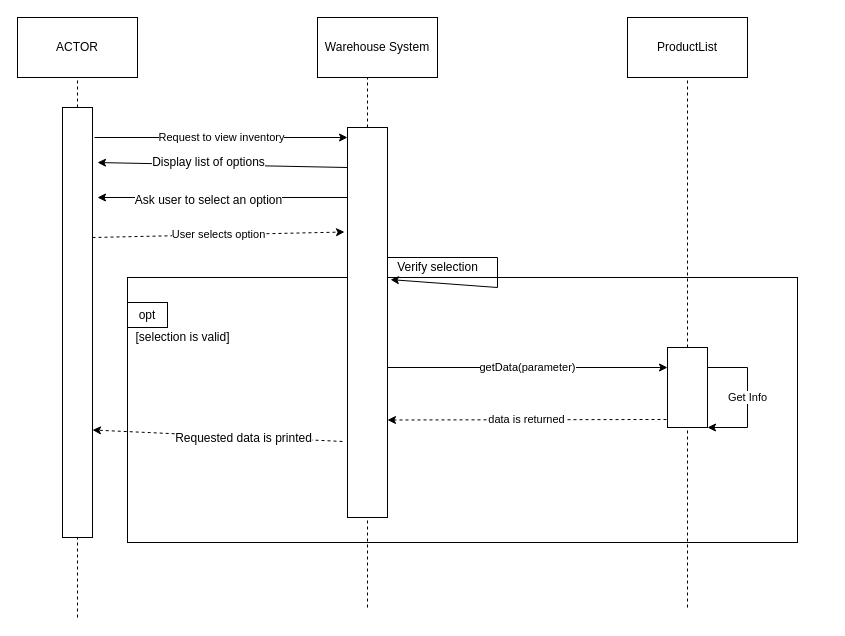
Above: Project_1/SequenceDiagrams/TrackInventoryDiagram.drawio in chrismd2/CSci-430-Group-11 (draw.io), before the change. Source tidied: cells renumbered, new cells numbered last; positions are measured from the earlier drawing's top-left corner, leaving out a move shared by most shapes. Both pictures are drawn from the tidied source at 100%, with x=0, y=0 at pixel (17, 17).
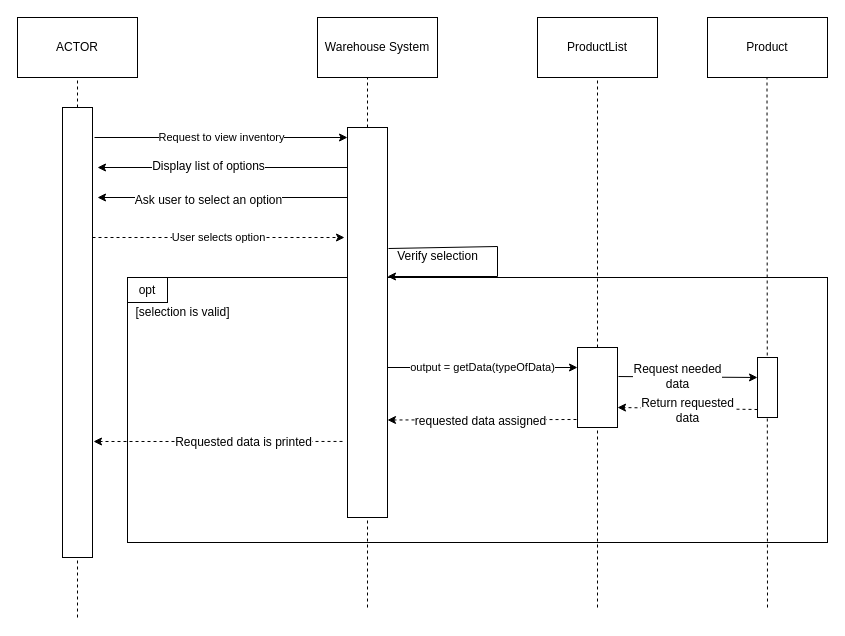
The same diagram, later.

Commit message:
Finished basic draft; Revisions welcome.

The change refers to these unchanged cells:
```xml
<mxCell id="11" style="rounded=0;whiteSpace=wrap;html=1;" parent="1" vertex="1">
  <mxGeometry x="330" y="110" width="40" height="390" as="geometry" />
</mxCell>
```

Change to the diagram source:
```diff
@@
     <mxCell id="2" style="rounded=0;whiteSpace=wrap;html=1;" parent="1" vertex="1">
-      <mxGeometry x="110" y="260" width="670" height="265" as="geometry" />
+      <mxGeometry x="110" y="260" width="700" height="265" as="geometry" />
     </mxCell>
@@
     <mxCell id="5" value="ProductList" style="rounded=0;whiteSpace=wrap;html=1;" parent="1" vertex="1">
-      <mxGeometry x="610" width="120" height="60" as="geometry" />
+      <mxGeometry x="520" width="120" height="60" as="geometry" />
     </mxCell>
@@
     <mxCell id="7" style="rounded=0;whiteSpace=wrap;html=1;" parent="1" vertex="1">
-      <mxGeometry x="45" y="90" width="30" height="430" as="geometry" />
+      <mxGeometry x="45" y="90" width="30" height="450" as="geometry" />
     </mxCell>
@@
     <mxCell id="10" style="endArrow=none;dashed=1;html=1;" parent="1" edge="1" source="24">
       <mxGeometry relative="1" as="geometry">
-        <mxPoint x="670" y="60" as="targetPoint" />
+        <mxPoint x="580" y="60" as="targetPoint" />
       </mxGeometry>
     </mxCell>
@@
-    <mxCell id="13" style="endArrow=classic;html=1;entryX=1.167;entryY=0.128;entryDx=0;entryDy=0;entryPerimeter=0;" parent="1" edge="1" target="7">
+    <mxCell id="13" style="endArrow=classic;html=1;" parent="1" edge="1">
       <mxGeometry relative="1" as="geometry">
         <mxPoint x="330" y="150" as="sourcePoint" />
+        <mxPoint x="80" y="150" as="targetPoint" />
       </mxGeometry>
     </mxCell>
@@
-    <mxCell id="17" value="User selects option" style="endArrow=classic;html=1;entryX=-0.075;entryY=0.268;entryDx=0;entryDy=0;entryPerimeter=0;dashed=1;" parent="1" edge="1" target="11">
+    <mxCell id="17" value="User selects option" style="endArrow=classic;html=1;dashed=1;" parent="1" edge="1">
       <mxGeometry relative="1" as="geometry">
         <mxPoint x="75" y="220" as="sourcePoint" />
+        <mxPoint x="327" y="220" as="targetPoint" />
       </mxGeometry>
     </mxCell>
-    <mxCell id="18" style="endArrow=none;html=1;" parent="1" edge="1">
+    <mxCell id="18" style="endArrow=none;html=1;exitX=0.01;exitY=0.1;exitDx=0;exitDy=0;exitPerimeter=0;" parent="1" edge="1" source="21">
       <mxGeometry relative="1" as="geometry">
-        <mxPoint x="370" y="240" as="sourcePoint" />
-        <mxPoint x="480" y="240" as="targetPoint" />
+        <mxPoint x="480" y="229" as="targetPoint" />
       </mxGeometry>
     </mxCell>
     <mxCell id="19" style="endArrow=none;html=1;" parent="1" edge="1">
       <mxGeometry relative="1" as="geometry">
-        <mxPoint x="480" y="270" as="sourcePoint" />
-        <mxPoint x="480" y="240" as="targetPoint" />
+        <mxPoint x="480" y="259" as="sourcePoint" />
+        <mxPoint x="480" y="229" as="targetPoint" />
       </mxGeometry>
     </mxCell>
-    <mxCell id="20" style="endArrow=classic;html=1;entryX=1.075;entryY=0.39;entryDx=0;entryDy=0;entryPerimeter=0;" parent="1" edge="1" target="11">
+    <mxCell id="20" style="endArrow=classic;html=1;" parent="1" edge="1">
       <mxGeometry relative="1" as="geometry">
-        <mxPoint x="480" y="270" as="sourcePoint" />
+        <mxPoint x="480" y="259" as="sourcePoint" />
+        <mxPoint x="370" y="259" as="targetPoint" />
       </mxGeometry>
     </mxCell>
-    <mxCell id="21" value="Verify selection" style="text;html=1;align=center;verticalAlign=middle;points=[];" parent="1" vertex="1">
-      <mxGeometry x="370" y="240" width="100" height="20" as="geometry" />
-    </mxCell>
     <mxCell id="22" value="opt" style="rounded=0;whiteSpace=wrap;html=1;" parent="1" vertex="1">
-      <mxGeometry x="110" y="285" width="40" height="25" as="geometry" />
+      <mxGeometry x="110" y="260" width="40" height="25" as="geometry" />
     </mxCell>
     <mxCell id="23" value="[selection is valid]" style="text;html=1;align=center;verticalAlign=middle;" parent="1" vertex="1">
-      <mxGeometry x="110" y="310" width="110" height="20" as="geometry" />
+      <mxGeometry x="110" y="285" width="110" height="20" as="geometry" />
     </mxCell>
     <mxCell id="24" style="rounded=0;whiteSpace=wrap;html=1;" parent="1" vertex="1">
-      <mxGeometry x="650" y="330" width="40" height="80" as="geometry" />
+      <mxGeometry x="560" y="330" width="40" height="80" as="geometry" />
     </mxCell>
     <mxCell id="25" style="endArrow=none;dashed=1;html=1;" parent="1" edge="1" target="24">
       <mxGeometry relative="1" as="geometry">
-        <mxPoint x="670" y="590" as="sourcePoint" />
+        <mxPoint x="580" y="590" as="sourcePoint" />
       </mxGeometry>
     </mxCell>
-    <mxCell id="26" value="getData(parameter)" style="endArrow=classic;html=1;entryX=0;entryY=0.25;entryDx=0;entryDy=0;" parent="1" edge="1" target="24">
+    <mxCell id="26" value="output = getData(typeOfData)" style="endArrow=classic;html=1;entryX=0;entryY=0.25;entryDx=0;entryDy=0;" parent="1" edge="1" target="24">
       <mxGeometry relative="1" as="geometry">
         <mxPoint x="370" y="350" as="sourcePoint" />
       </mxGeometry>
     </mxCell>
-    <mxCell id="27" style="endArrow=none;html=1;" parent="1" edge="1">
-      <mxGeometry relative="1" as="geometry">
-        <mxPoint x="690" y="350" as="sourcePoint" />
-        <mxPoint x="730" y="350" as="targetPoint" />
-      </mxGeometry>
-    </mxCell>
-    <mxCell id="28" value="Get Info" style="endArrow=none;html=1;" parent="1" edge="1">
-      <mxGeometry relative="1" as="geometry">
-        <mxPoint x="730" y="410" as="sourcePoint" />
-        <mxPoint x="730" y="350" as="targetPoint" />
-      </mxGeometry>
-    </mxCell>
-    <mxCell id="29" style="endArrow=classic;html=1;" parent="1" edge="1">
-      <mxGeometry relative="1" as="geometry">
-        <mxPoint x="730" y="410" as="sourcePoint" />
-        <mxPoint x="690" y="410" as="targetPoint" />
-      </mxGeometry>
-    </mxCell>
-    <mxCell id="30" value="data is returned" style="endArrow=classic;html=1;entryX=1;entryY=0.75;entryDx=0;entryDy=0;dashed=1;exitX=-0.025;exitY=0.9;exitDx=0;exitDy=0;exitPerimeter=0;" parent="1" edge="1" source="24" target="11">
+    <mxCell id="30" style="endArrow=classic;html=1;entryX=1;entryY=0.75;entryDx=0;entryDy=0;dashed=1;exitX=-0.025;exitY=0.9;exitDx=0;exitDy=0;exitPerimeter=0;" parent="1" edge="1" source="24" target="11">
       <mxGeometry relative="1" as="geometry" />
     </mxCell>
+    <mxCell id="33" value="requested data assigned" style="text;html=1;align=center;verticalAlign=middle;labelBackgroundColor=#ffffff;" parent="30" vertex="1">
+      <mxGeometry x="0.16" y="1" relative="1" as="geometry">
+        <mxPoint x="13" as="offset" />
+      </mxGeometry>
+    </mxCell>
-    <mxCell id="31" style="endArrow=classic;html=1;dashed=1;entryX=1;entryY=0.75;entryDx=0;entryDy=0;exitX=-0.125;exitY=0.805;exitDx=0;exitDy=0;exitPerimeter=0;" parent="1" edge="1" source="11" target="7">
-      <mxGeometry relative="1" as="geometry" />
+    <mxCell id="31" style="endArrow=classic;html=1;dashed=1;exitX=-0.125;exitY=0.805;exitDx=0;exitDy=0;exitPerimeter=0;" parent="1" edge="1" source="11">
+      <mxGeometry relative="1" as="geometry">
+        <mxPoint x="76" y="424" as="targetPoint" />
+      </mxGeometry>
     </mxCell>
@@
+    <mxCell id="21" value="Verify selection" style="text;html=1;align=center;verticalAlign=middle;points=[];" parent="1" vertex="1">
+      <mxGeometry x="370" y="229" width="100" height="20" as="geometry" />
+    </mxCell>
+    <mxCell id="34" style="endArrow=none;html=1;" parent="1" edge="1" target="21">
+      <mxGeometry relative="1" as="geometry">
+        <mxPoint x="370" y="229" as="sourcePoint" />
+      </mxGeometry>
+    </mxCell>
+    <mxCell id="35" value="Product" style="rounded=0;whiteSpace=wrap;html=1;" parent="1" vertex="1">
+      <mxGeometry x="690" width="120" height="60" as="geometry" />
+    </mxCell>
+    <mxCell id="36" style="endArrow=none;dashed=1;html=1;" parent="1" edge="1">
+      <mxGeometry relative="1" as="geometry">
+        <mxPoint x="750" y="590" as="sourcePoint" />
+        <mxPoint x="749.5" y="60" as="targetPoint" />
+      </mxGeometry>
+    </mxCell>
+    <mxCell id="37" style="endArrow=classic;html=1;entryX=0;entryY=0.333;entryDx=0;entryDy=0;entryPerimeter=0;exitX=1.025;exitY=0.363;exitDx=0;exitDy=0;exitPerimeter=0;" parent="1" edge="1" source="24" target="41">
+      <mxGeometry relative="1" as="geometry" />
+    </mxCell>
+    <mxCell id="38" value="&lt;div&gt;Request needed &lt;br&gt;&lt;/div&gt;&lt;div&gt;data&lt;br&gt;&lt;/div&gt;" style="text;html=1;align=center;verticalAlign=middle;labelBackgroundColor=#ffffff;rotation=0;" parent="37" vertex="1">
+      <mxGeometry x="-0.58" y="1" relative="1" as="geometry">
+        <mxPoint x="29" as="offset" />
+      </mxGeometry>
+    </mxCell>
+    <mxCell id="39" style="endArrow=classic;html=1;entryX=1;entryY=0.75;entryDx=0;entryDy=0;dashed=1;" parent="1" edge="1" target="24">
+      <mxGeometry relative="1" as="geometry">
+        <mxPoint x="740" y="392" as="sourcePoint" />
+      </mxGeometry>
+    </mxCell>
+    <mxCell id="40" value="&lt;div&gt;Return requested&lt;/div&gt;&lt;div&gt; data&lt;/div&gt;" style="text;html=1;align=center;verticalAlign=middle;labelBackgroundColor=#ffffff;" parent="39" vertex="1">
+      <mxGeometry x="0.5" y="1" relative="1" as="geometry">
+        <mxPoint x="35" y="1" as="offset" />
+      </mxGeometry>
+    </mxCell>
+    <mxCell id="41" style="rounded=0;whiteSpace=wrap;html=1;" parent="1" vertex="1">
+      <mxGeometry x="740" y="340" width="20" height="60" as="geometry" />
+    </mxCell>
```
